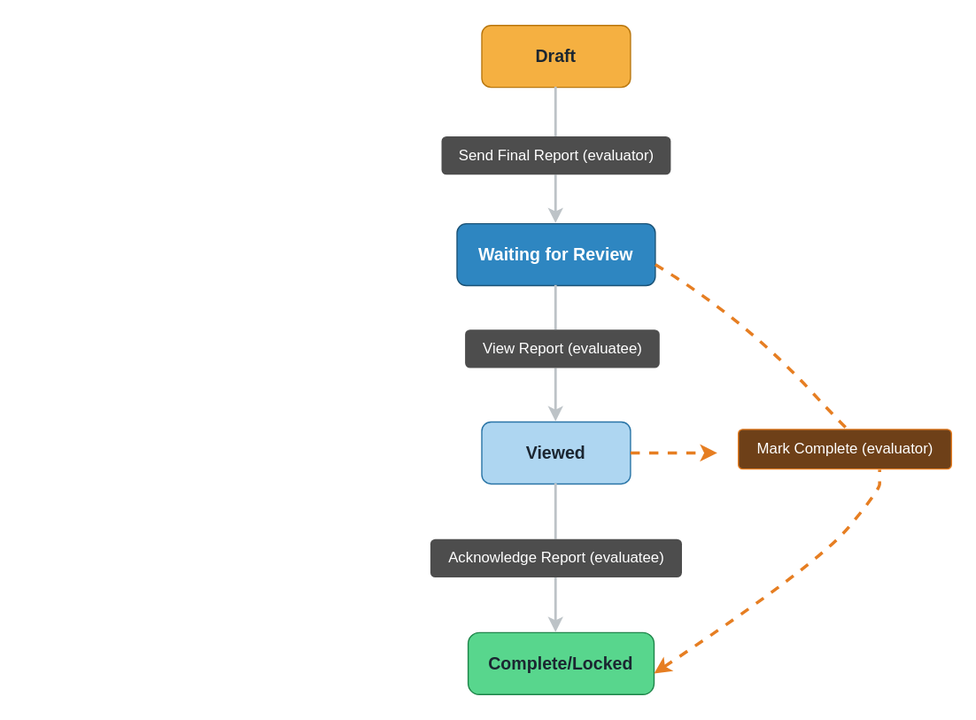
hoc-stateeval/stateeval-help keeps this draw.io diagram as static/img/observation-workflow-formal.svg. Above is the earlier version. Source tidied: cells renumbered, new cells last; positions are measured from the earlier drawing's top-left corner, leaving out a move shared by most shapes. The source it was exported from:
```xml
<mxGraphModel>
  <root>
    <mxCell id="0" />
    <mxCell id="1" parent="0" />
    <mxCell id="2" value="Draft" style="rounded=1;whiteSpace=wrap;html=1;fillColor=#F5B041;strokeColor=#B9770E;fontColor=#1B2631;fontSize=14;fontStyle=1;" parent="1" vertex="1">
      <mxGeometry x="368" width="120" height="50" as="geometry" />
    </mxCell>
    <mxCell id="3" value="Waiting for Review" style="rounded=1;whiteSpace=wrap;html=1;fillColor=#2E86C1;strokeColor=#1A5276;fontColor=#FFFFFF;fontSize=14;fontStyle=1;" parent="1" vertex="1">
      <mxGeometry x="348" y="160" width="160" height="50" as="geometry" />
    </mxCell>
    <mxCell id="4" value="Viewed" style="rounded=1;whiteSpace=wrap;html=1;fillColor=#AED6F1;strokeColor=#2874A6;fontColor=#1B2631;fontSize=14;fontStyle=1;" parent="1" vertex="1">
      <mxGeometry x="368" y="320" width="120" height="50" as="geometry" />
    </mxCell>
    <mxCell id="5" value="Complete/Locked" style="rounded=1;whiteSpace=wrap;html=1;fillColor=#58D68D;strokeColor=#1E8449;fontColor=#1B2631;fontSize=14;fontStyle=1;arcSize=18;" parent="1" vertex="1">
      <mxGeometry x="357" y="490" width="150" height="50" as="geometry" />
    </mxCell>
    <mxCell id="6" value="&lt;div style=&quot;padding:8px 14px;background:#4D4D4D;color:#FFFFFF;border-radius:4px;display:inline-block;&quot;&gt;Send Final Report (evaluator)&lt;/div&gt;" style="endArrow=classic;html=1;rounded=0;fontSize=12;strokeColor=#BDC3C7;strokeWidth=2;edgeStyle=orthogonalEdgeStyle;" parent="1" edge="1" source="2" target="3">
      <mxGeometry relative="1" as="geometry" />
    </mxCell>
    <mxCell id="7" value="&lt;div style=&quot;padding:8px 14px;background:#4D4D4D;color:#FFFFFF;border-radius:4px;display:inline-block;&quot;&gt;View Report (evaluatee)&lt;/div&gt;" style="endArrow=classic;html=1;rounded=0;fontSize=12;strokeColor=#BDC3C7;strokeWidth=2;" parent="1" edge="1" source="3" target="4">
      <mxGeometry x="-0.08" y="5" relative="1" as="geometry" />
    </mxCell>
    <mxCell id="8" value="&lt;div style=&quot;padding:8px 14px;background:#4D4D4D;color:#FFFFFF;border-radius:4px;display:inline-block;&quot;&gt;Acknowledge Report (evaluatee)&lt;/div&gt;" style="endArrow=classic;html=1;rounded=0;fontSize=12;strokeColor=#BDC3C7;strokeWidth=2;edgeStyle=orthogonalEdgeStyle;" parent="1" edge="1" source="4" target="5">
      <mxGeometry relative="1" as="geometry">
        <Array as="points">
          <mxPoint x="428" y="420" />
          <mxPoint x="428" y="420" />
        </Array>
      </mxGeometry>
    </mxCell>
    <mxCell id="9" value="&lt;div style=&quot;padding:8px 14px;background:#6E4018;color:#FFFFFF;border-radius:4px;display:inline-block;border:1px solid #E67E22;&quot;&gt;Mark Complete (evaluator)&lt;/div&gt;" style="endArrow=classic;html=1;rounded=0;dashed=1;fontSize=12;strokeColor=#E67E22;strokeWidth=2.5;curved=1;exitX=1;exitY=0.5;exitDx=0;exitDy=0;entryX=1;entryY=0.5;entryDx=0;entryDy=0;" parent="1" edge="1">
      <mxGeometry y="-27" relative="1" as="geometry">
        <mxPoint x="508" y="193" as="sourcePoint" />
        <mxPoint x="507" y="523" as="targetPoint" />
        <Array as="points">
          <mxPoint x="579" y="236" />
          <mxPoint x="689" y="355" />
          <mxPoint x="689" y="335" />
          <mxPoint x="689" y="365" />
          <mxPoint x="689" y="375" />
          <mxPoint x="639" y="435" />
        </Array>
        <mxPoint x="-1" as="offset" />
      </mxGeometry>
    </mxCell>
    <mxCell id="10" value="Legend" style="text;html=1;strokeColor=none;fillColor=none;align=left;verticalAlign=middle;whiteSpace=wrap;rounded=0;fontSize=12;fontStyle=1;fontColor=#FFFFFF;" parent="1" vertex="1">
      <mxGeometry y="8" width="120" height="20" as="geometry" />
    </mxCell>
    <mxCell id="11" value="Standard path" style="text;html=1;strokeColor=none;fillColor=none;align=left;verticalAlign=middle;whiteSpace=wrap;rounded=0;fontSize=11;fontColor=#FFFFFF;" parent="1" vertex="1">
      <mxGeometry x="66" y="35" width="140" height="20" as="geometry" />
    </mxCell>
    <mxCell id="12" value="Evaluator override&#10;(skips acknowledgement)" style="text;html=1;strokeColor=none;fillColor=none;align=left;verticalAlign=middle;whiteSpace=wrap;rounded=0;fontSize=11;fontColor=#FFFFFF;" parent="1" vertex="1">
      <mxGeometry x="66" y="68" width="150" height="30" as="geometry" />
    </mxCell>
    <mxCell id="13" style="endArrow=classic;html=1;rounded=0;dashed=1;strokeColor=#E67E22;strokeWidth=2.5;exitX=1;exitY=0.5;exitDx=0;exitDy=0;" parent="1" edge="1" source="4">
      <mxGeometry relative="1" as="geometry">
        <mxPoint x="558" y="345" as="targetPoint" />
      </mxGeometry>
    </mxCell>
  </root>
</mxGraphModel>
```
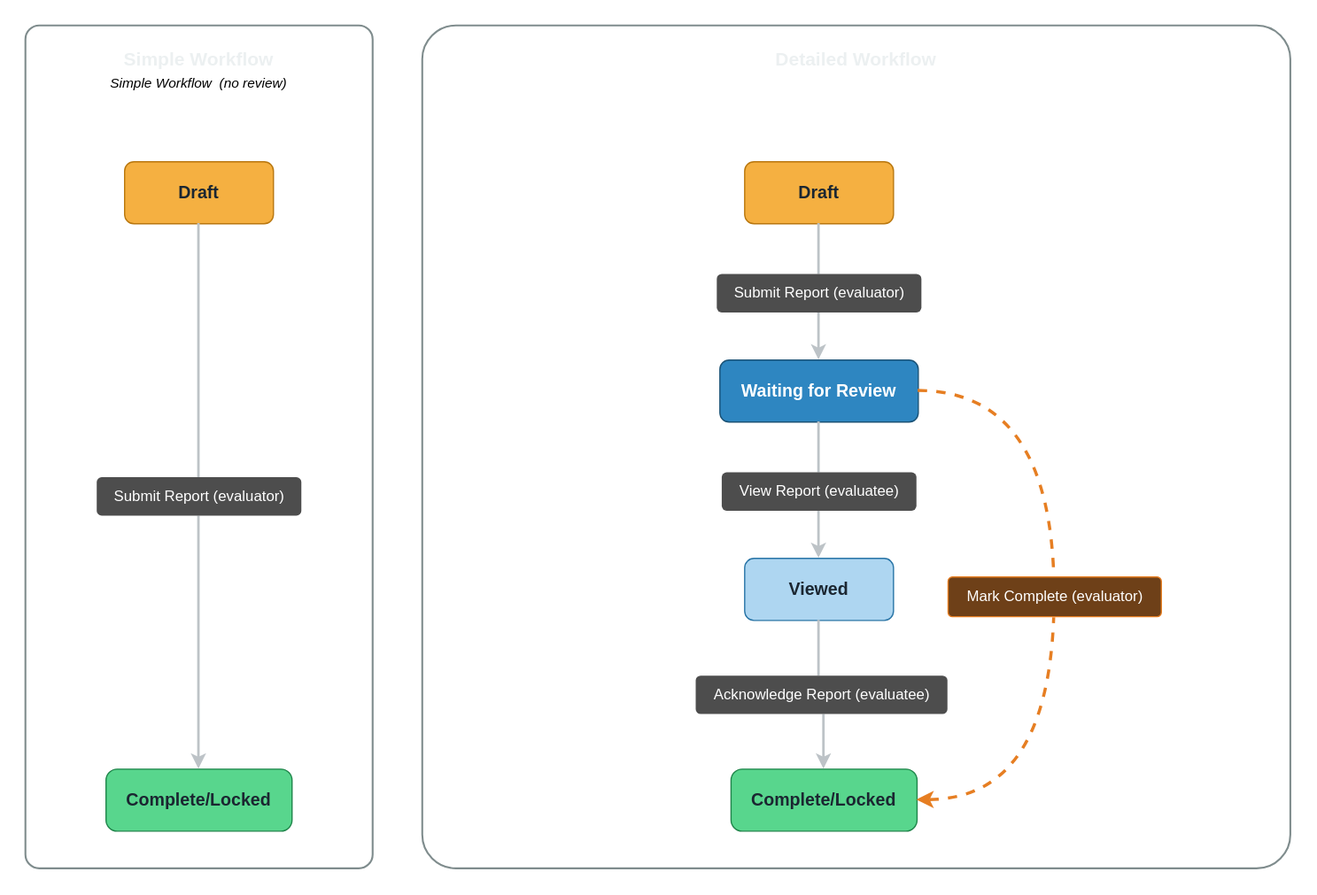
The same diagram one commit later.

Commit message:
Update observation workflow SVG diagram

The edit, as a diff of the source:
```diff
@@ -2,6 +2,33 @@
   <root>
     <mxCell id="0" />
     <mxCell id="1" parent="0" />
+    <mxCell id="14" style="rounded=1;whiteSpace=wrap;html=1;fillColor=none;strokeColor=#7F8C8D;strokeWidth=1.5;dashed=0;arcSize=4;" parent="1" vertex="1">
+      <mxGeometry x="-212" y="-110" width="280" height="680" as="geometry" />
+    </mxCell>
+    <mxCell id="15" value="Simple Workflow" style="text;html=1;strokeColor=none;fillColor=none;align=center;verticalAlign=middle;whiteSpace=wrap;rounded=0;fontSize=15;fontStyle=1;fontColor=#ECF0F1;" parent="1" vertex="1">
+      <mxGeometry x="-192" y="-95" width="240" height="24" as="geometry" />
+    </mxCell>
+    <mxCell id="16" value="&lt;font style=&quot;color: light-dark(rgb(0, 0, 0), rgb(255, 255, 255));&quot;&gt;Simple Workflow&amp;nbsp; (no review)&lt;/font&gt;" style="text;html=1;strokeColor=none;fillColor=none;align=center;verticalAlign=middle;whiteSpace=wrap;rounded=0;fontSize=11;fontStyle=2;fontColor=#95A5A6;" parent="1" vertex="1">
+      <mxGeometry x="-192" y="-72" width="240" height="18" as="geometry" />
+    </mxCell>
+    <mxCell id="17" value="Draft" style="rounded=1;whiteSpace=wrap;html=1;fillColor=#F5B041;strokeColor=#B9770E;fontColor=#1B2631;fontSize=14;fontStyle=1;" parent="1" vertex="1">
+      <mxGeometry x="-132" width="120" height="50" as="geometry" />
+    </mxCell>
+    <mxCell id="18" value="Complete/Locked" style="rounded=1;whiteSpace=wrap;html=1;fillColor=#58D68D;strokeColor=#1E8449;fontColor=#1B2631;fontSize=14;fontStyle=1;arcSize=18;" parent="1" vertex="1">
+      <mxGeometry x="-147" y="490" width="150" height="50" as="geometry" />
+    </mxCell>
+    <mxCell id="19" value="&lt;div style=&quot;padding:8px 14px;background:#4D4D4D;color:#FFFFFF;border-radius:4px;display:inline-block;&quot;&gt;Submit Report (evaluator)&lt;/div&gt;" style="endArrow=classic;html=1;rounded=0;fontSize=12;strokeColor=#BDC3C7;strokeWidth=2;" parent="1" edge="1" source="17" target="18">
+      <mxGeometry relative="1" as="geometry" />
+    </mxCell>
+    <mxCell id="20" style="rounded=1;whiteSpace=wrap;html=1;fillColor=none;strokeColor=#7F8C8D;strokeWidth=1.5;dashed=0;arcSize=4;" parent="1" vertex="1">
+      <mxGeometry x="108" y="-110" width="700" height="680" as="geometry" />
+    </mxCell>
+    <mxCell id="21" value="Detailed Workflow" style="text;html=1;strokeColor=none;fillColor=none;align=center;verticalAlign=middle;whiteSpace=wrap;rounded=0;fontSize=15;fontStyle=1;fontColor=#ECF0F1;" parent="1" vertex="1">
+      <mxGeometry x="128" y="-95" width="660" height="24" as="geometry" />
+    </mxCell>
+    <mxCell id="22" value="&lt;font style=&quot;color: light-dark(rgb(255, 255, 255), rgb(255, 255, 255));&quot;&gt;Formal Workflow - with review and acknowledgement&lt;/font&gt;" style="text;html=1;strokeColor=none;fillColor=none;align=center;verticalAlign=middle;whiteSpace=wrap;rounded=0;fontSize=11;fontStyle=2;fontColor=#95A5A6;" parent="1" vertex="1">
+      <mxGeometry x="128" y="-72" width="660" height="18" as="geometry" />
+    </mxCell>
     <mxCell id="2" value="Draft" style="rounded=1;whiteSpace=wrap;html=1;fillColor=#F5B041;strokeColor=#B9770E;fontColor=#1B2631;fontSize=14;fontStyle=1;" parent="1" vertex="1">
       <mxGeometry x="368" width="120" height="50" as="geometry" />
     </mxCell>
@@ -14,48 +41,22 @@
     <mxCell id="5" value="Complete/Locked" style="rounded=1;whiteSpace=wrap;html=1;fillColor=#58D68D;strokeColor=#1E8449;fontColor=#1B2631;fontSize=14;fontStyle=1;arcSize=18;" parent="1" vertex="1">
       <mxGeometry x="357" y="490" width="150" height="50" as="geometry" />
     </mxCell>
-    <mxCell id="6" value="&lt;div style=&quot;padding:8px 14px;background:#4D4D4D;color:#FFFFFF;border-radius:4px;display:inline-block;&quot;&gt;Send Final Report (evaluator)&lt;/div&gt;" style="endArrow=classic;html=1;rounded=0;fontSize=12;strokeColor=#BDC3C7;strokeWidth=2;edgeStyle=orthogonalEdgeStyle;" parent="1" edge="1" source="2" target="3">
+    <mxCell id="6" value="&lt;div style=&quot;padding:8px 14px;background:#4D4D4D;color:#FFFFFF;border-radius:4px;display:inline-block;&quot;&gt;Submit Report (evaluator)&lt;/div&gt;" style="endArrow=classic;html=1;rounded=0;fontSize=12;strokeColor=#BDC3C7;strokeWidth=2;edgeStyle=orthogonalEdgeStyle;" parent="1" edge="1" source="2" target="3">
       <mxGeometry relative="1" as="geometry" />
     </mxCell>
     <mxCell id="7" value="&lt;div style=&quot;padding:8px 14px;background:#4D4D4D;color:#FFFFFF;border-radius:4px;display:inline-block;&quot;&gt;View Report (evaluatee)&lt;/div&gt;" style="endArrow=classic;html=1;rounded=0;fontSize=12;strokeColor=#BDC3C7;strokeWidth=2;" parent="1" edge="1" source="3" target="4">
-      <mxGeometry x="-0.08" y="5" relative="1" as="geometry" />
+      <mxGeometry relative="1" as="geometry" />
     </mxCell>
     <mxCell id="8" value="&lt;div style=&quot;padding:8px 14px;background:#4D4D4D;color:#FFFFFF;border-radius:4px;display:inline-block;&quot;&gt;Acknowledge Report (evaluatee)&lt;/div&gt;" style="endArrow=classic;html=1;rounded=0;fontSize=12;strokeColor=#BDC3C7;strokeWidth=2;edgeStyle=orthogonalEdgeStyle;" parent="1" edge="1" source="4" target="5">
-      <mxGeometry relative="1" as="geometry">
-        <Array as="points">
-          <mxPoint x="428" y="420" />
-          <mxPoint x="428" y="420" />
-        </Array>
-      </mxGeometry>
+      <mxGeometry relative="1" as="geometry" />
     </mxCell>
-    <mxCell id="9" value="&lt;div style=&quot;padding:8px 14px;background:#6E4018;color:#FFFFFF;border-radius:4px;display:inline-block;border:1px solid #E67E22;&quot;&gt;Mark Complete (evaluator)&lt;/div&gt;" style="endArrow=classic;html=1;rounded=0;dashed=1;fontSize=12;strokeColor=#E67E22;strokeWidth=2.5;curved=1;exitX=1;exitY=0.5;exitDx=0;exitDy=0;entryX=1;entryY=0.5;entryDx=0;entryDy=0;" parent="1" edge="1">
-      <mxGeometry y="-27" relative="1" as="geometry">
-        <mxPoint x="508" y="193" as="sourcePoint" />
-        <mxPoint x="507" y="523" as="targetPoint" />
+    <mxCell id="9" value="&lt;div style=&quot;padding:8px 14px;background:#6E4018;color:#FFFFFF;border-radius:4px;display:inline-block;border:1px solid #E67E22;&quot;&gt;Mark Complete (evaluator)&lt;/div&gt;" style="endArrow=classic;html=1;rounded=0;dashed=1;fontSize=12;strokeColor=#E67E22;strokeWidth=2.5;curved=1;exitX=1;exitY=0.5;exitDx=0;exitDy=0;entryX=1;entryY=0.5;entryDx=0;entryDy=0;" parent="1" edge="1" source="3" target="5">
+      <mxGeometry relative="1" as="geometry">
         <Array as="points">
-          <mxPoint x="579" y="236" />
-          <mxPoint x="689" y="355" />
-          <mxPoint x="689" y="335" />
-          <mxPoint x="689" y="365" />
-          <mxPoint x="689" y="375" />
-          <mxPoint x="639" y="435" />
+          <mxPoint x="618" y="185" />
+          <mxPoint x="618" y="515" />
         </Array>
-        <mxPoint x="-1" as="offset" />
       </mxGeometry>
     </mxCell>
-    <mxCell id="10" value="Legend" style="text;html=1;strokeColor=none;fillColor=none;align=left;verticalAlign=middle;whiteSpace=wrap;rounded=0;fontSize=12;fontStyle=1;fontColor=#FFFFFF;" parent="1" vertex="1">
-      <mxGeometry y="8" width="120" height="20" as="geometry" />
-    </mxCell>
-    <mxCell id="11" value="Standard path" style="text;html=1;strokeColor=none;fillColor=none;align=left;verticalAlign=middle;whiteSpace=wrap;rounded=0;fontSize=11;fontColor=#FFFFFF;" parent="1" vertex="1">
-      <mxGeometry x="66" y="35" width="140" height="20" as="geometry" />
-    </mxCell>
-    <mxCell id="12" value="Evaluator override&#10;(skips acknowledgement)" style="text;html=1;strokeColor=none;fillColor=none;align=left;verticalAlign=middle;whiteSpace=wrap;rounded=0;fontSize=11;fontColor=#FFFFFF;" parent="1" vertex="1">
-      <mxGeometry x="66" y="68" width="150" height="30" as="geometry" />
-    </mxCell>
-    <mxCell id="13" style="endArrow=classic;html=1;rounded=0;dashed=1;strokeColor=#E67E22;strokeWidth=2.5;exitX=1;exitY=0.5;exitDx=0;exitDy=0;" parent="1" edge="1" source="4">
-      <mxGeometry relative="1" as="geometry">
-        <mxPoint x="558" y="345" as="targetPoint" />
-      </mxGeometry>
-    </mxCell>
   </root>
 </mxGraphModel>
```
